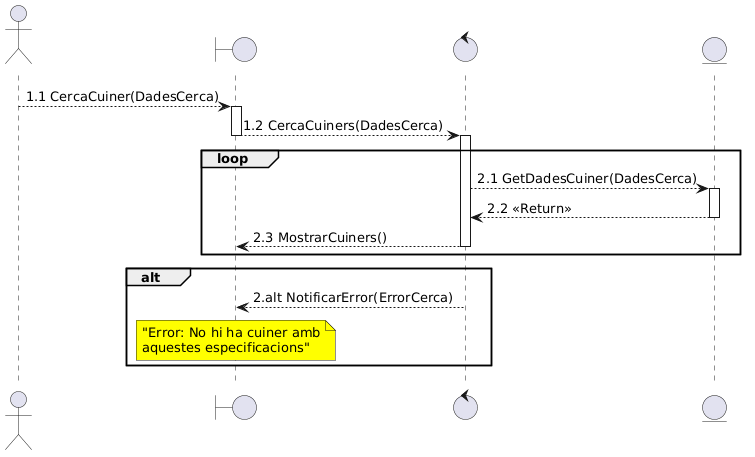
Before: documents/Diagrames i Especificacions/Seqüencia/ALEJANDRO/Cercar Cuiner.png, a diagram exported from PlantUML (martipages/ES23UAB431-02).
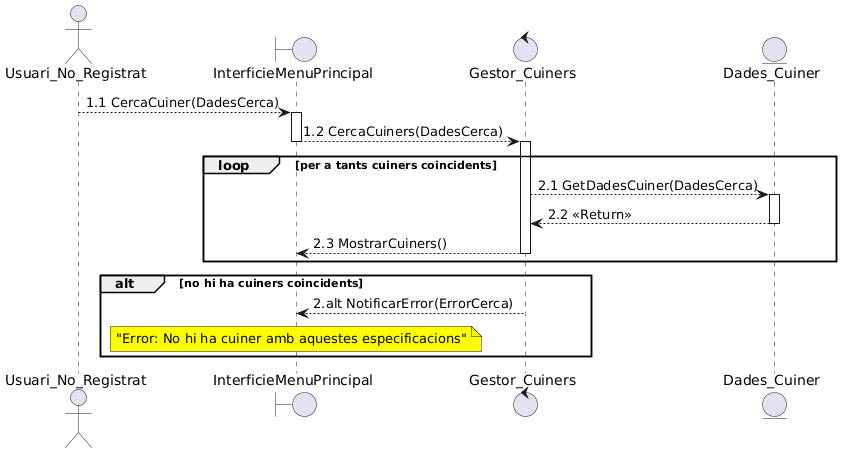
The same diagram one commit later.

Change to the diagram source:
```diff
@@ -16,6 +16,6 @@
 
 alt no hi ha cuiners coincidents
  gestor --> interficie : 2.alt NotificarError(ErrorCerca)
- note over interficie #Yellow : "Error: No hi ha cuiner amb\naquestes especificacions"
+ note over interficie #Yellow : "Error: No hi ha cuiner amb aquestes especificacions"
 end
 @enduml
```
